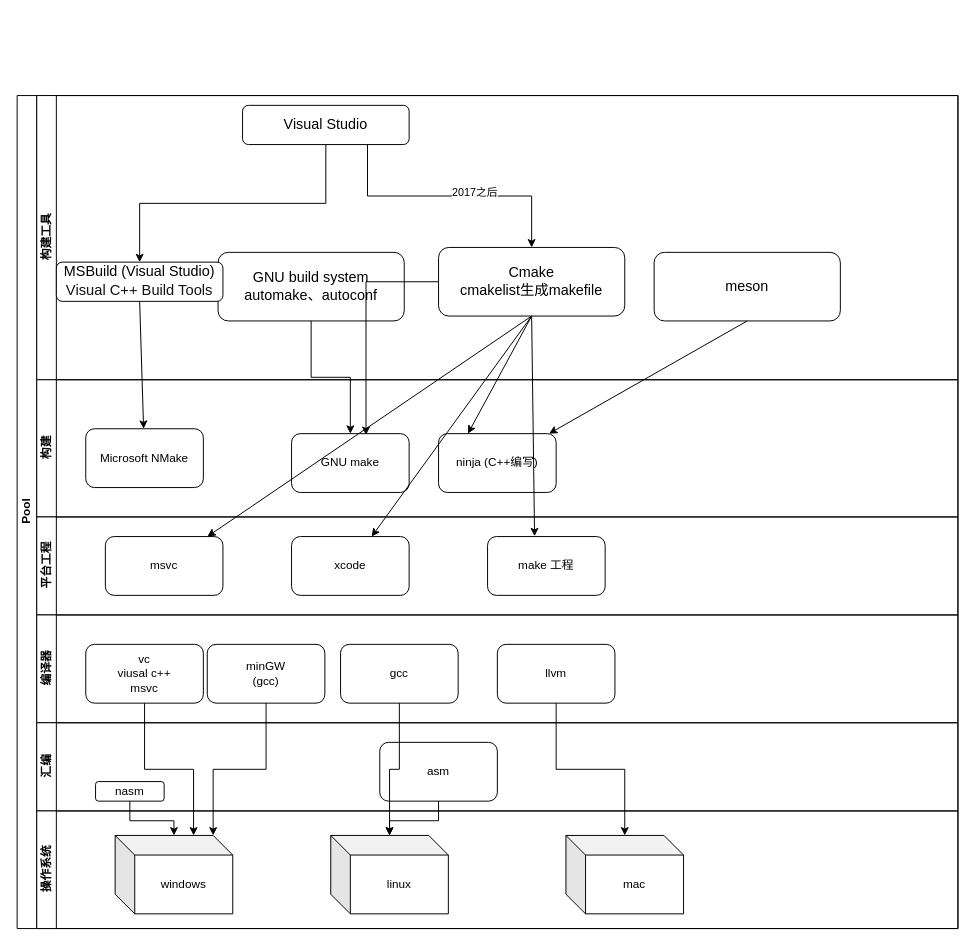
The draw.io diagram C++构建.drawio in InspireCode/draw.io, before the edit. Source tidied: cells renumbered, new cells numbered last; positions are measured from the earlier drawing's top-left corner, leaving out a move shared by most shapes. Both pictures are drawn from the tidied source at 98%, with x=0, y=0 at pixel (17, 95).
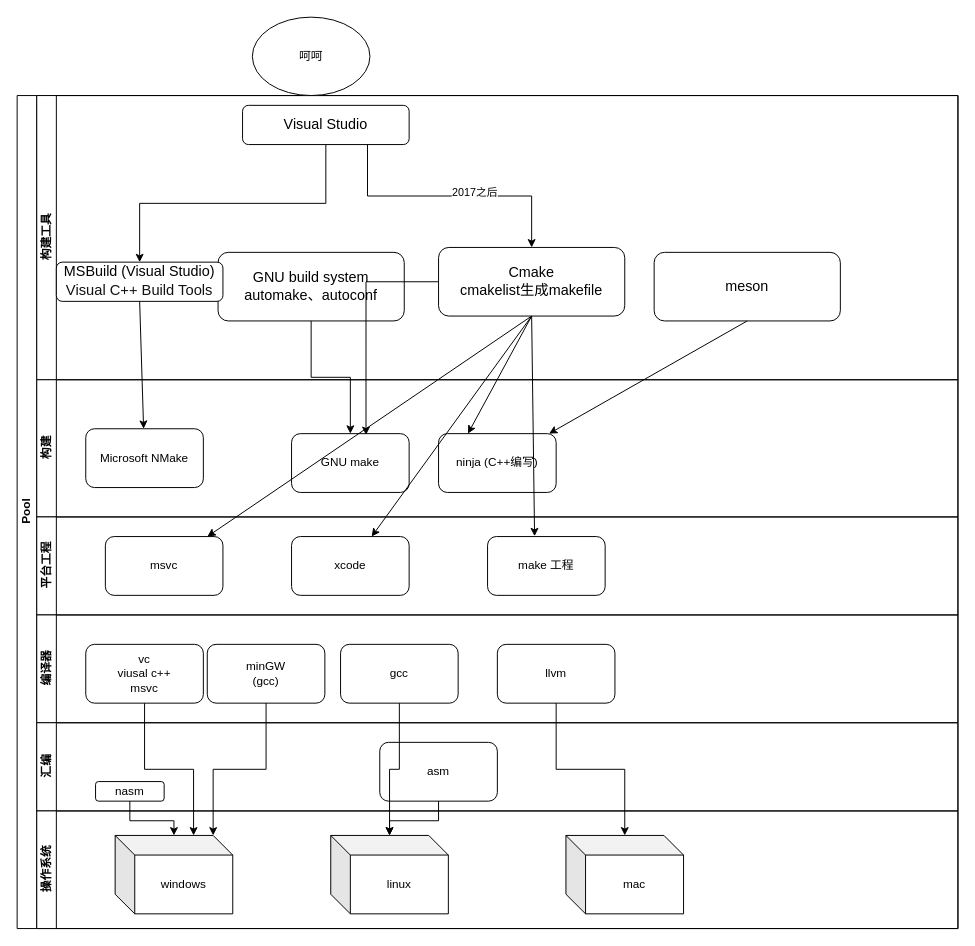
The same diagram, later.

Change to the diagram source:
```diff
@@
+    <mxCell id="46" value="呵呵" style="ellipse;whiteSpace=wrap;html=1;" parent="1" vertex="1">
+      <mxGeometry x="240" y="-80" width="120" height="80" as="geometry" />
+    </mxCell>
```
